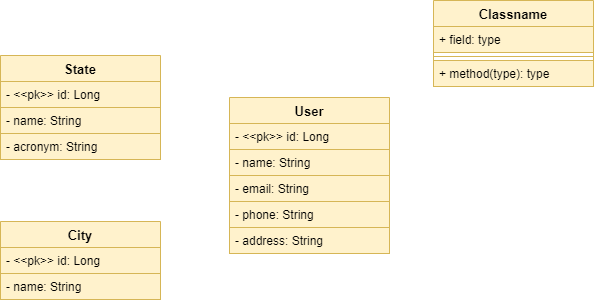
Before: backend/uml.drawio.png, a diagram exported from draw.io (tettam/sistema-oficina-automotiva). Source tidied: cells renumbered, new cells last; positions are measured from the earlier drawing's top-left corner, leaving out a move shared by most shapes.
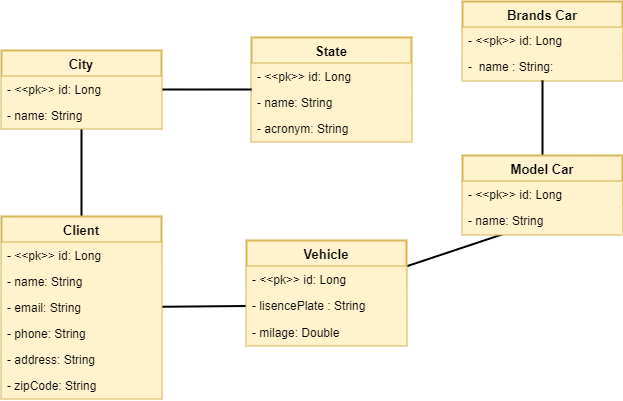
After the commit.

Diff of the diagram source:
```diff
@@ -2,56 +2,95 @@
   <root>
     <mxCell id="0" />
     <mxCell id="1" parent="0" />
+    <mxCell id="19" style="rounded=1;html=1;exitX=0.5;exitY=0;exitDx=0;exitDy=0;entryX=0.5;entryY=1;entryDx=0;entryDy=0;strokeColor=#000000;strokeWidth=2;fontColor=#000000;startArrow=none;startFill=0;endArrow=none;endFill=0;" parent="1" edge="1" source="2" target="12">
+      <mxGeometry relative="1" as="geometry" />
+    </mxCell>
+    <mxCell id="20" style="edgeStyle=none;rounded=1;html=1;strokeColor=#000000;strokeWidth=2;fontColor=#000000;startArrow=none;startFill=0;endArrow=none;endFill=0;entryX=0;entryY=0.5;entryDx=0;entryDy=0;" parent="1" edge="1" source="2" target="26">
+      <mxGeometry relative="1" as="geometry" />
+    </mxCell>
-    <mxCell id="2" value="User" style="swimlane;fontStyle=1;align=center;verticalAlign=top;horizontal=1;startSize=26;fillColor=#fff2cc;strokeColor=#d6b656;labelBackgroundColor=none;labelBorderColor=none;fontSize=13;fontColor=#000000;" parent="1" vertex="1">
-      <mxGeometry x="229" y="97" width="160" height="156" as="geometry" />
+    <mxCell id="2" value="Client" style="swimlane;fontStyle=1;align=center;verticalAlign=top;horizontal=1;startSize=26;fillColor=#fff2cc;strokeColor=#d6b656;labelBackgroundColor=none;labelBorderColor=none;fontSize=13;fontColor=#000000;strokeWidth=2;perimeterSpacing=0;rounded=0;shadow=0;glass=0;swimlaneLine=1;" parent="1" vertex="1">
+      <mxGeometry x="-470" y="182" width="160" height="182" as="geometry" />
     </mxCell>
-    <mxCell id="3" value="- &lt;&lt;pk&gt;&gt; id: Long&#10;" style="text;strokeColor=#d6b656;fillColor=#fff2cc;align=left;verticalAlign=top;spacingLeft=4;spacingRight=4;overflow=hidden;labelBackgroundColor=none;labelBorderColor=none;fontColor=#000000;" parent="2" vertex="1">
+    <mxCell id="3" value="- &lt;&lt;pk&gt;&gt; id: Long&#10;" style="text;strokeColor=#d6b656;fillColor=#fff2cc;align=left;verticalAlign=top;spacingLeft=4;spacingRight=4;overflow=hidden;labelBackgroundColor=none;labelBorderColor=none;fontColor=#000000;strokeWidth=0;" parent="2" vertex="1">
       <mxGeometry y="26" width="160" height="26" as="geometry" />
     </mxCell>
-    <mxCell id="4" value="- name: String&#10;" style="text;strokeColor=#d6b656;fillColor=#fff2cc;align=left;verticalAlign=top;spacingLeft=4;spacingRight=4;overflow=hidden;labelBackgroundColor=none;labelBorderColor=none;fontColor=#000000;" parent="2" vertex="1">
+    <mxCell id="4" value="- name: String&#10;" style="text;strokeColor=none;fillColor=#fff2cc;align=left;verticalAlign=top;spacingLeft=4;spacingRight=4;overflow=hidden;labelBackgroundColor=none;labelBorderColor=none;fontColor=#000000;strokeWidth=0;" parent="2" vertex="1">
       <mxGeometry y="52" width="160" height="26" as="geometry" />
     </mxCell>
-    <mxCell id="5" value="- email: String&#10;" style="text;strokeColor=#d6b656;fillColor=#fff2cc;align=left;verticalAlign=top;spacingLeft=4;spacingRight=4;overflow=hidden;labelBackgroundColor=none;labelBorderColor=none;fontColor=#000000;" parent="2" vertex="1">
+    <mxCell id="5" value="- email: String&#10;" style="text;strokeColor=none;fillColor=#fff2cc;align=left;verticalAlign=top;spacingLeft=4;spacingRight=4;overflow=hidden;labelBackgroundColor=none;labelBorderColor=none;fontColor=#000000;strokeWidth=0;" parent="2" vertex="1">
       <mxGeometry y="78" width="160" height="26" as="geometry" />
     </mxCell>
-    <mxCell id="6" value="- phone: String&#10;" style="text;strokeColor=#d6b656;fillColor=#fff2cc;align=left;verticalAlign=top;spacingLeft=4;spacingRight=4;overflow=hidden;labelBackgroundColor=none;labelBorderColor=none;fontColor=#000000;" parent="2" vertex="1">
+    <mxCell id="6" value="- phone: String&#10;" style="text;strokeColor=none;fillColor=#fff2cc;align=left;verticalAlign=top;spacingLeft=4;spacingRight=4;overflow=hidden;labelBackgroundColor=none;labelBorderColor=none;fontColor=#000000;strokeWidth=0;" parent="2" vertex="1">
       <mxGeometry y="104" width="160" height="26" as="geometry" />
     </mxCell>
-    <mxCell id="7" value="- address: String&#10;" style="text;strokeColor=#d6b656;fillColor=#fff2cc;align=left;verticalAlign=top;spacingLeft=4;spacingRight=4;overflow=hidden;labelBackgroundColor=none;labelBorderColor=none;fontColor=#000000;" parent="2" vertex="1">
+    <mxCell id="7" value="- address: String&#10;" style="text;strokeColor=none;fillColor=#fff2cc;align=left;verticalAlign=top;spacingLeft=4;spacingRight=4;overflow=hidden;labelBackgroundColor=none;labelBorderColor=none;fontColor=#000000;strokeWidth=0;" parent="2" vertex="1">
       <mxGeometry y="130" width="160" height="26" as="geometry" />
     </mxCell>
+    <mxCell id="15" value="- zipCode: String" style="text;strokeColor=none;fillColor=#fff2cc;align=left;verticalAlign=top;spacingLeft=4;spacingRight=4;overflow=hidden;fontColor=#000000;" parent="2" vertex="1">
+      <mxGeometry y="156" width="160" height="26" as="geometry" />
+    </mxCell>
-    <mxCell id="8" value="State" style="swimlane;fontStyle=1;align=center;verticalAlign=top;horizontal=1;startSize=26;fillColor=#fff2cc;strokeColor=#d6b656;labelBackgroundColor=none;labelBorderColor=none;fontSize=13;fontColor=#000000;" parent="1" vertex="1">
-      <mxGeometry y="55" width="160" height="104" as="geometry" />
+    <mxCell id="8" value="State" style="swimlane;fontStyle=1;align=center;verticalAlign=top;horizontal=1;startSize=26;fillColor=#fff2cc;strokeColor=#d6b656;labelBackgroundColor=none;labelBorderColor=none;fontSize=13;fontColor=#000000;strokeWidth=2;" parent="1" vertex="1">
+      <mxGeometry x="-220" y="3" width="160" height="104" as="geometry" />
     </mxCell>
-    <mxCell id="9" value="- &lt;&lt;pk&gt;&gt; id: Long" style="text;strokeColor=#d6b656;fillColor=#fff2cc;align=left;verticalAlign=top;spacingLeft=4;spacingRight=4;overflow=hidden;labelBackgroundColor=none;labelBorderColor=none;fontColor=#000000;" parent="8" vertex="1">
+    <mxCell id="9" value="- &lt;&lt;pk&gt;&gt; id: Long" style="text;strokeColor=none;fillColor=#fff2cc;align=left;verticalAlign=top;spacingLeft=4;spacingRight=4;overflow=hidden;labelBackgroundColor=none;labelBorderColor=none;fontColor=#000000;strokeWidth=0;" parent="8" vertex="1">
       <mxGeometry y="26" width="160" height="26" as="geometry" />
     </mxCell>
-    <mxCell id="10" value="- name: String&#10;" style="text;strokeColor=#d6b656;fillColor=#fff2cc;align=left;verticalAlign=top;spacingLeft=4;spacingRight=4;overflow=hidden;labelBackgroundColor=none;labelBorderColor=none;fontColor=#000000;" parent="8" vertex="1">
+    <mxCell id="10" value="- name: String&#10;" style="text;strokeColor=none;fillColor=#fff2cc;align=left;verticalAlign=top;spacingLeft=4;spacingRight=4;overflow=hidden;labelBackgroundColor=none;labelBorderColor=none;fontColor=#000000;strokeWidth=0;" parent="8" vertex="1">
       <mxGeometry y="52" width="160" height="26" as="geometry" />
     </mxCell>
-    <mxCell id="11" value="- acronym: String" style="text;strokeColor=#d6b656;fillColor=#fff2cc;align=left;verticalAlign=top;spacingLeft=4;spacingRight=4;overflow=hidden;labelBackgroundColor=none;labelBorderColor=none;fontColor=#000000;" parent="8" vertex="1">
+    <mxCell id="11" value="- acronym: String" style="text;strokeColor=none;fillColor=#fff2cc;align=left;verticalAlign=top;spacingLeft=4;spacingRight=4;overflow=hidden;labelBackgroundColor=none;labelBorderColor=none;fontColor=#000000;strokeWidth=0;" parent="8" vertex="1">
       <mxGeometry y="78" width="160" height="26" as="geometry" />
     </mxCell>
+    <mxCell id="21" style="edgeStyle=none;rounded=1;html=1;exitX=1;exitY=0.5;exitDx=0;exitDy=0;entryX=0;entryY=0.5;entryDx=0;entryDy=0;strokeColor=#000000;strokeWidth=2;fontColor=#000000;startArrow=none;startFill=0;endArrow=none;endFill=0;" parent="1" edge="1" source="12" target="8">
+      <mxGeometry relative="1" as="geometry" />
+    </mxCell>
-    <mxCell id="12" value="City" style="swimlane;fontStyle=1;align=center;verticalAlign=top;horizontal=1;startSize=26;fillColor=#fff2cc;strokeColor=#d6b656;labelBorderColor=none;fontSize=13;fontColor=#000000;labelBackgroundColor=none;" parent="1" vertex="1">
-      <mxGeometry y="221" width="160" height="78" as="geometry" />
+    <mxCell id="12" value="City" style="swimlane;fontStyle=1;align=center;verticalAlign=top;horizontal=1;startSize=26;fillColor=#fff2cc;strokeColor=#d6b656;labelBorderColor=none;fontSize=13;fontColor=#000000;labelBackgroundColor=none;strokeWidth=2;" parent="1" vertex="1">
+      <mxGeometry x="-470" y="16" width="160" height="78" as="geometry" />
     </mxCell>
-    <mxCell id="13" value="- &lt;&lt;pk&gt;&gt; id: Long" style="text;strokeColor=#d6b656;fillColor=#fff2cc;align=left;verticalAlign=top;spacingLeft=4;spacingRight=4;overflow=hidden;fontColor=#000000;labelBackgroundColor=none;labelBorderColor=none;" parent="12" vertex="1">
+    <mxCell id="13" value="- &lt;&lt;pk&gt;&gt; id: Long" style="text;strokeColor=none;fillColor=#fff2cc;align=left;verticalAlign=top;spacingLeft=4;spacingRight=4;overflow=hidden;fontColor=#000000;labelBackgroundColor=none;labelBorderColor=none;strokeWidth=0;" parent="12" vertex="1">
       <mxGeometry y="26" width="160" height="26" as="geometry" />
     </mxCell>
-    <mxCell id="14" value="- name: String&#10;" style="text;strokeColor=#d6b656;fillColor=#fff2cc;align=left;verticalAlign=top;spacingLeft=4;spacingRight=4;overflow=hidden;fontColor=#000000;labelBackgroundColor=none;labelBorderColor=none;" parent="12" vertex="1">
+    <mxCell id="14" value="- name: String&#10;" style="text;strokeColor=none;fillColor=#fff2cc;align=left;verticalAlign=top;spacingLeft=4;spacingRight=4;overflow=hidden;fontColor=#000000;labelBackgroundColor=none;labelBorderColor=none;strokeWidth=0;" parent="12" vertex="1">
       <mxGeometry y="52" width="160" height="26" as="geometry" />
     </mxCell>
-    <mxCell id="15" value="Classname" style="swimlane;fontStyle=1;align=center;verticalAlign=top;horizontal=1;startSize=26;labelBackgroundColor=none;labelBorderColor=none;strokeColor=#d6b656;fontSize=13;fillColor=#fff2cc;fontColor=#000000;" parent="1" vertex="1">
-      <mxGeometry x="433" width="160" height="86" as="geometry" />
-    </mxCell>
-    <mxCell id="16" value="+ field: type" style="text;strokeColor=#d6b656;fillColor=#fff2cc;align=left;verticalAlign=top;spacingLeft=4;spacingRight=4;overflow=hidden;labelBackgroundColor=none;labelBorderColor=none;fontSize=12;fontColor=#000000;" parent="15" vertex="1">
-      <mxGeometry y="26" width="160" height="26" as="geometry" />
-    </mxCell>
-    <mxCell id="17" style="line;strokeWidth=1;fillColor=none;align=left;verticalAlign=middle;spacingTop=-1;spacingLeft=3;spacingRight=3;labelPosition=right;strokeColor=inherit;labelBackgroundColor=none;labelBorderColor=none;fontSize=13;fontColor=#000000;" parent="15" vertex="1">
-      <mxGeometry y="52" width="160" height="8" as="geometry" />
-    </mxCell>
-    <mxCell id="18" value="+ method(type): type" style="text;strokeColor=#d6b656;fillColor=#fff2cc;align=left;verticalAlign=top;spacingLeft=4;spacingRight=4;overflow=hidden;labelBackgroundColor=none;labelBorderColor=none;fontSize=12;fontColor=#000000;" parent="15" vertex="1">
-      <mxGeometry y="60" width="160" height="26" as="geometry" />
-    </mxCell>
+    <mxCell id="22" style="text;strokeColor=none;fillColor=none;align=left;verticalAlign=middle;spacingTop=-1;spacingLeft=4;spacingRight=4;labelPosition=right;fontColor=#000000;" parent="1" vertex="1">
+      <mxGeometry x="-74" y="332" width="20" height="14" as="geometry" />
+    </mxCell>
+    <mxCell id="23" style="edgeStyle=none;rounded=1;html=1;strokeColor=#000000;strokeWidth=2;fontColor=#000000;startArrow=none;startFill=0;endArrow=none;endFill=0;" parent="1" edge="1" source="24" target="34">
+      <mxGeometry relative="1" as="geometry" />
+    </mxCell>
+    <mxCell id="24" value="Vehicle" style="swimlane;fontStyle=1;align=center;verticalAlign=top;horizontal=1;startSize=26;fillColor=#fff2cc;strokeColor=#d6b656;labelBackgroundColor=none;labelBorderColor=none;fontSize=13;fontColor=#000000;strokeWidth=2;perimeterSpacing=0;rounded=0;shadow=0;glass=0;swimlaneLine=1;" parent="1" vertex="1">
+      <mxGeometry x="-225" y="206" width="160" height="105" as="geometry" />
+    </mxCell>
+    <mxCell id="25" value="- &lt;&lt;pk&gt;&gt; id: Long&#10;" style="text;strokeColor=#d6b656;fillColor=#fff2cc;align=left;verticalAlign=top;spacingLeft=4;spacingRight=4;overflow=hidden;labelBackgroundColor=none;labelBorderColor=none;fontColor=#000000;strokeWidth=0;" parent="24" vertex="1">
+      <mxGeometry y="26" width="160" height="26" as="geometry" />
+    </mxCell>
+    <mxCell id="26" value="- lisencePlate : String&#10;" style="text;strokeColor=none;fillColor=#fff2cc;align=left;verticalAlign=top;spacingLeft=4;spacingRight=4;overflow=hidden;points=[[0,0.5],[1,0.5]];portConstraint=eastwest;labelBackgroundColor=none;labelBorderColor=none;fontColor=#000000;strokeWidth=0;" parent="24" vertex="1">
+      <mxGeometry y="52" width="160" height="27" as="geometry" />
+    </mxCell>
+    <mxCell id="27" value="- milage: Double" style="text;strokeColor=none;fillColor=#fff2cc;align=left;verticalAlign=top;spacingLeft=4;spacingRight=4;overflow=hidden;labelBackgroundColor=none;labelBorderColor=none;fontColor=#000000;strokeWidth=0;" parent="24" vertex="1">
+      <mxGeometry y="79" width="160" height="26" as="geometry" />
+    </mxCell>
+    <mxCell id="28" value="Brands Car" style="swimlane;fontStyle=1;align=center;verticalAlign=top;horizontal=1;startSize=26;fillColor=#fff2cc;strokeColor=#d6b656;labelBackgroundColor=none;labelBorderColor=none;fontSize=13;fontColor=#000000;strokeWidth=2;perimeterSpacing=0;rounded=0;shadow=0;glass=0;swimlaneLine=1;" parent="1" vertex="1">
+      <mxGeometry x="-9" y="-33" width="160" height="79" as="geometry" />
+    </mxCell>
+    <mxCell id="29" value="- &lt;&lt;pk&gt;&gt; id: Long&#10;" style="text;strokeColor=#d6b656;fillColor=#fff2cc;align=left;verticalAlign=top;spacingLeft=4;spacingRight=4;overflow=hidden;labelBackgroundColor=none;labelBorderColor=none;fontColor=#000000;strokeWidth=0;" parent="28" vertex="1">
+      <mxGeometry y="26" width="160" height="26" as="geometry" />
+    </mxCell>
+    <mxCell id="30" value="-  name : String: &#10;" style="text;strokeColor=none;fillColor=#fff2cc;align=left;verticalAlign=top;spacingLeft=4;spacingRight=4;overflow=hidden;points=[[0,0.5],[1,0.5]];portConstraint=eastwest;labelBackgroundColor=none;labelBorderColor=none;fontColor=#000000;strokeWidth=0;" parent="28" vertex="1">
+      <mxGeometry y="52" width="160" height="27" as="geometry" />
+    </mxCell>
+    <mxCell id="31" style="edgeStyle=none;rounded=1;html=1;strokeColor=#000000;strokeWidth=2;fontColor=#000000;startArrow=none;startFill=0;endArrow=none;endFill=0;" parent="1" edge="1" source="32" target="30">
+      <mxGeometry relative="1" as="geometry" />
+    </mxCell>
+    <mxCell id="32" value="Model Car" style="swimlane;fontStyle=1;align=center;verticalAlign=top;horizontal=1;startSize=26;fillColor=#fff2cc;strokeColor=#d6b656;labelBackgroundColor=none;labelBorderColor=none;fontSize=13;fontColor=#000000;strokeWidth=2;perimeterSpacing=0;rounded=0;shadow=0;glass=0;swimlaneLine=1;" parent="1" vertex="1">
+      <mxGeometry x="-9" y="121" width="160" height="79" as="geometry" />
+    </mxCell>
+    <mxCell id="33" value="- &lt;&lt;pk&gt;&gt; id: Long&#10;" style="text;strokeColor=#d6b656;fillColor=#fff2cc;align=left;verticalAlign=top;spacingLeft=4;spacingRight=4;overflow=hidden;labelBackgroundColor=none;labelBorderColor=none;fontColor=#000000;strokeWidth=0;" parent="32" vertex="1">
+      <mxGeometry y="26" width="160" height="26" as="geometry" />
+    </mxCell>
+    <mxCell id="34" value="- name: String" style="text;strokeColor=none;fillColor=#fff2cc;align=left;verticalAlign=top;spacingLeft=4;spacingRight=4;overflow=hidden;points=[[0,0.5],[1,0.5]];portConstraint=eastwest;labelBackgroundColor=none;labelBorderColor=none;fontColor=#000000;strokeWidth=0;" parent="32" vertex="1">
+      <mxGeometry y="52" width="160" height="27" as="geometry" />
+    </mxCell>
   </root>
 </mxGraphModel>
```
